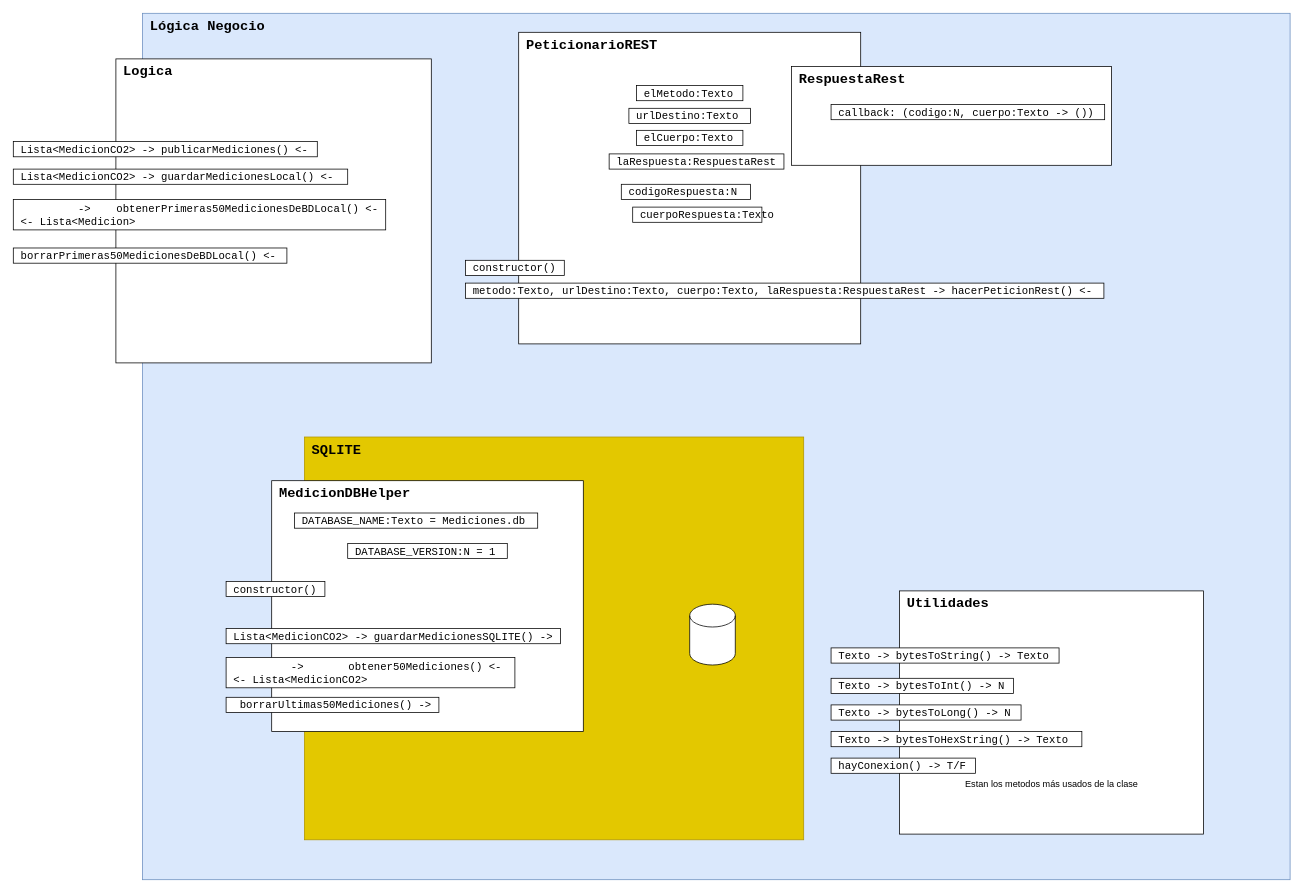
GTI-3A-Pure-Life/Pure-Life-Android keeps this draw.io diagram as page "DiagramaClasesLogica" (3 of 3) of doc/DiseñoClaseAndroid.drawio. Above is the earlier version. Source tidied: cells renumbered, new cells numbered last; positions are measured from the earlier drawing's top-left corner, leaving out a move shared by most shapes. Both pictures are drawn from the tidied source at 76%, with x=0, y=0 at pixel (13, 13).
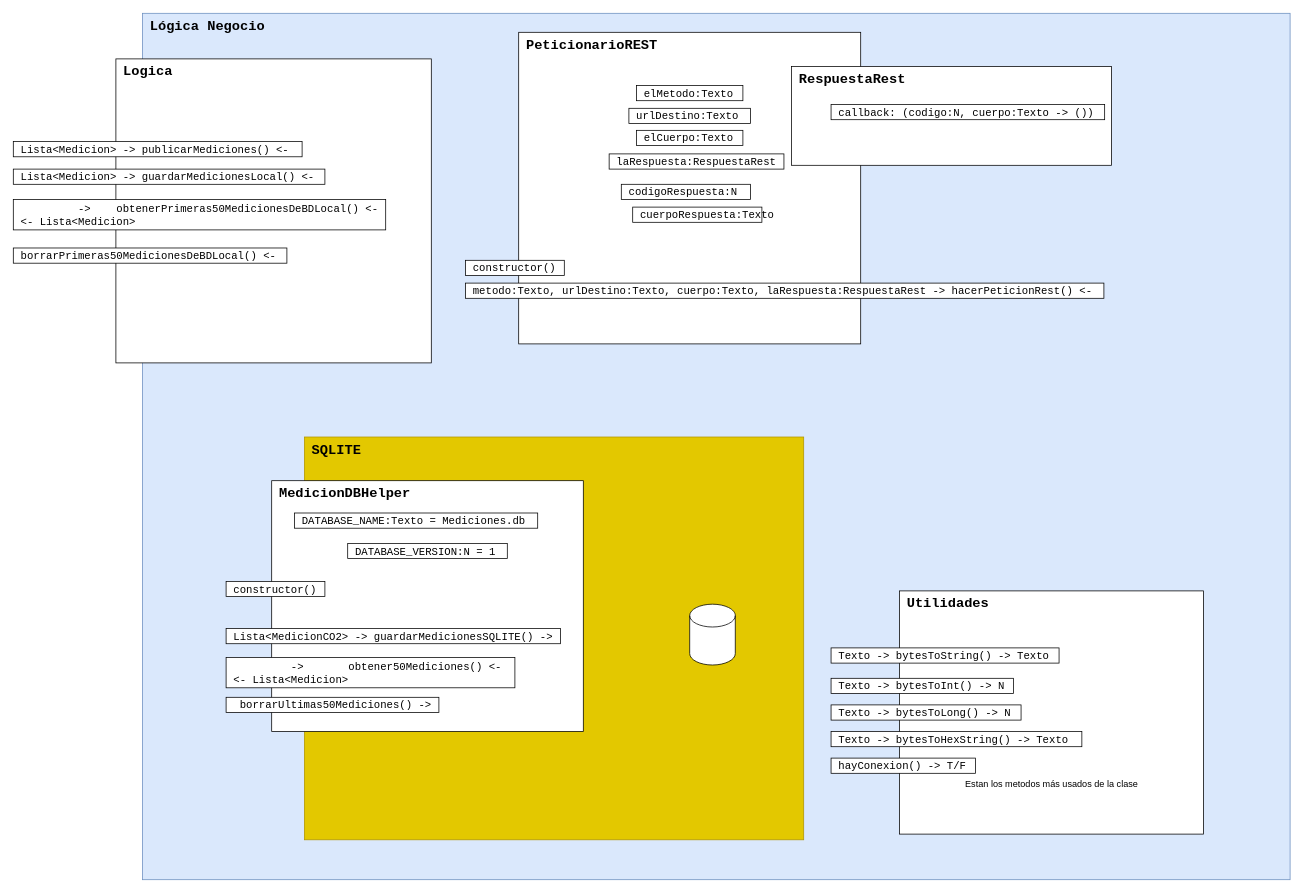
After the change.

Commit message (it also covers changes not shown here):
Diseño Medicion - 26/10/2021

Cambiar MedicionCO2 a Medicion y añadir TipoMedicion

The edit, as a diff of the source:
```diff
@@
-    <mxCell id="4" value="&lt;span style=&quot;font-size: 14px&quot;&gt;Lista&amp;lt;MedicionCO2&amp;gt; -&amp;gt; publicarMediciones() &amp;lt;-&lt;br&gt;&lt;/span&gt;" style="rounded=0;whiteSpace=wrap;html=1;align=left;fontFamily=Courier New;spacingTop=2;spacingLeft=8;" parent="1" vertex="1">
-      <mxGeometry y="168.8" width="400" height="20" as="geometry" />
+    <mxCell id="4" value="&lt;span style=&quot;font-size: 14px&quot;&gt;Lista&amp;lt;Medicion&amp;gt; -&amp;gt; publicarMediciones() &amp;lt;-&lt;br&gt;&lt;/span&gt;" style="rounded=0;whiteSpace=wrap;html=1;align=left;fontFamily=Courier New;spacingTop=2;spacingLeft=8;" parent="1" vertex="1">
+      <mxGeometry y="168.8" width="380" height="20" as="geometry" />
     </mxCell>
@@
-    <mxCell id="22" value="&lt;span style=&quot;font-size: 14px&quot;&gt;&amp;nbsp; &amp;nbsp; &amp;nbsp; &amp;nbsp; &amp;nbsp;-&amp;gt;&amp;nbsp; &amp;nbsp; &amp;nbsp; &amp;nbsp;obtener50Mediciones() &amp;lt;-&lt;br&gt;&lt;/span&gt;&lt;span style=&quot;font-size: 14px&quot;&gt;&amp;lt;- Lista&amp;lt;MedicionCO2&amp;gt;&lt;/span&gt;&lt;span style=&quot;font-size: 14px&quot;&gt;&lt;br&gt;&lt;/span&gt;" style="rounded=0;whiteSpace=wrap;html=1;align=left;fontFamily=Courier New;spacingTop=2;spacingLeft=8;" parent="1" vertex="1">
+    <mxCell id="22" value="&lt;span style=&quot;font-size: 14px&quot;&gt;&amp;nbsp; &amp;nbsp; &amp;nbsp; &amp;nbsp; &amp;nbsp;-&amp;gt;&amp;nbsp; &amp;nbsp; &amp;nbsp; &amp;nbsp;obtener50Mediciones() &amp;lt;-&lt;br&gt;&lt;/span&gt;&lt;span style=&quot;font-size: 14px&quot;&gt;&amp;lt;- Lista&amp;lt;Medicion&amp;gt;&lt;/span&gt;&lt;span style=&quot;font-size: 14px&quot;&gt;&lt;br&gt;&lt;/span&gt;" style="rounded=0;whiteSpace=wrap;html=1;align=left;fontFamily=Courier New;spacingTop=2;spacingLeft=8;" parent="1" vertex="1">
       <mxGeometry x="280" y="847.5" width="380" height="40" as="geometry" />
     </mxCell>
@@
-    <mxCell id="25" value="&lt;span style=&quot;font-size: 14px&quot;&gt;Lista&amp;lt;MedicionCO2&amp;gt; -&amp;gt; guardarMedicionesLocal() &amp;lt;-&lt;br&gt;&lt;/span&gt;" style="rounded=0;whiteSpace=wrap;html=1;align=left;fontFamily=Courier New;spacingTop=2;spacingLeft=8;" parent="1" vertex="1">
-      <mxGeometry y="205" width="440" height="20" as="geometry" />
+    <mxCell id="25" value="&lt;span style=&quot;font-size: 14px&quot;&gt;Lista&amp;lt;Medicion&amp;gt; -&amp;gt; guardarMedicionesLocal() &amp;lt;-&lt;br&gt;&lt;/span&gt;" style="rounded=0;whiteSpace=wrap;html=1;align=left;fontFamily=Courier New;spacingTop=2;spacingLeft=8;" parent="1" vertex="1">
+      <mxGeometry y="205" width="410" height="20" as="geometry" />
     </mxCell>
```
